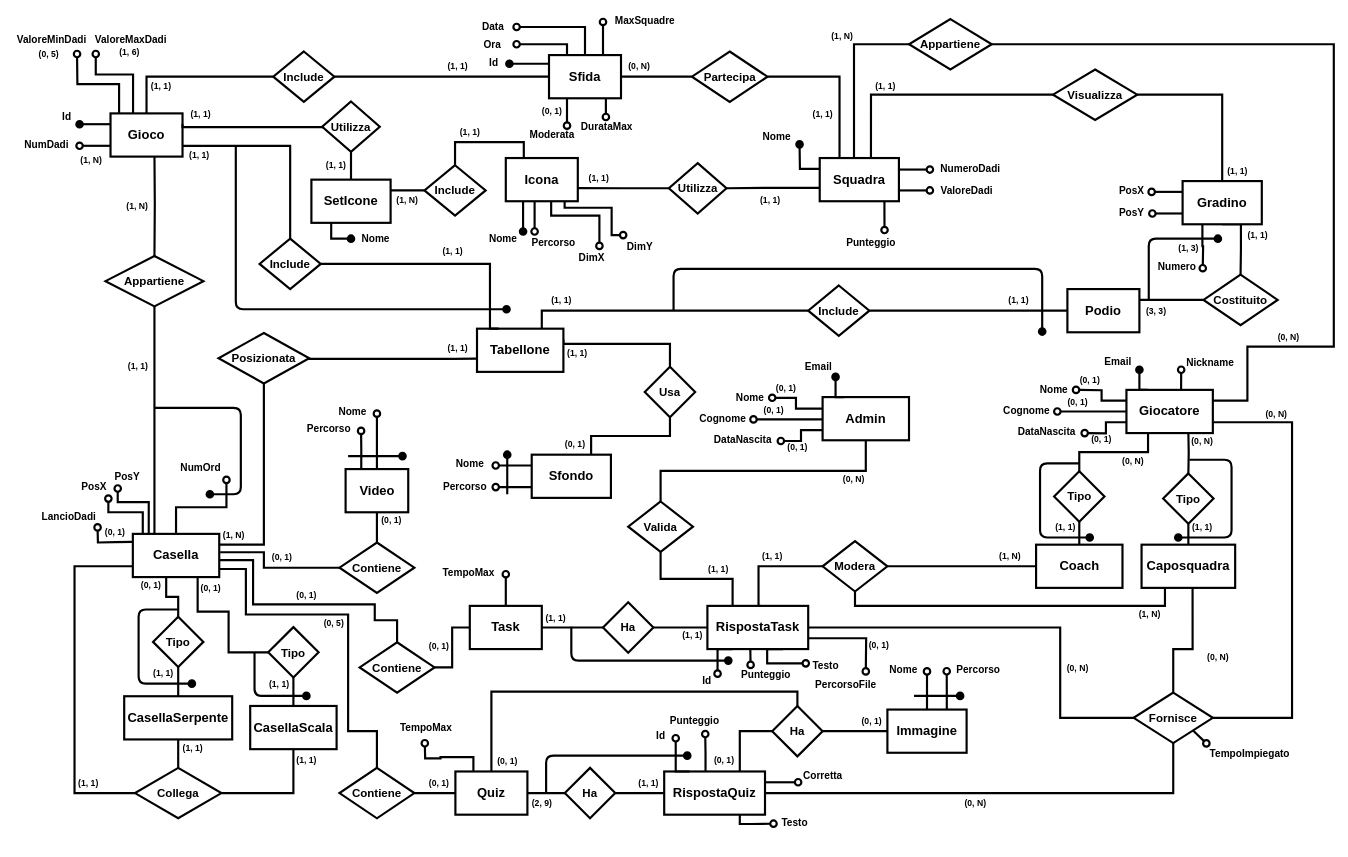
This is Progetto logico/Schema ER ristrutturato.drawio from lorenzobilli/BD-project, a draw.io file, before an edit. Source tidied: cells renumbered, new cells numbered last; positions are measured from the earlier drawing's top-left corner, leaving out a move shared by most shapes. Both pictures are drawn from the tidied source at 72%, with x=0, y=0 at pixel (12, 12).
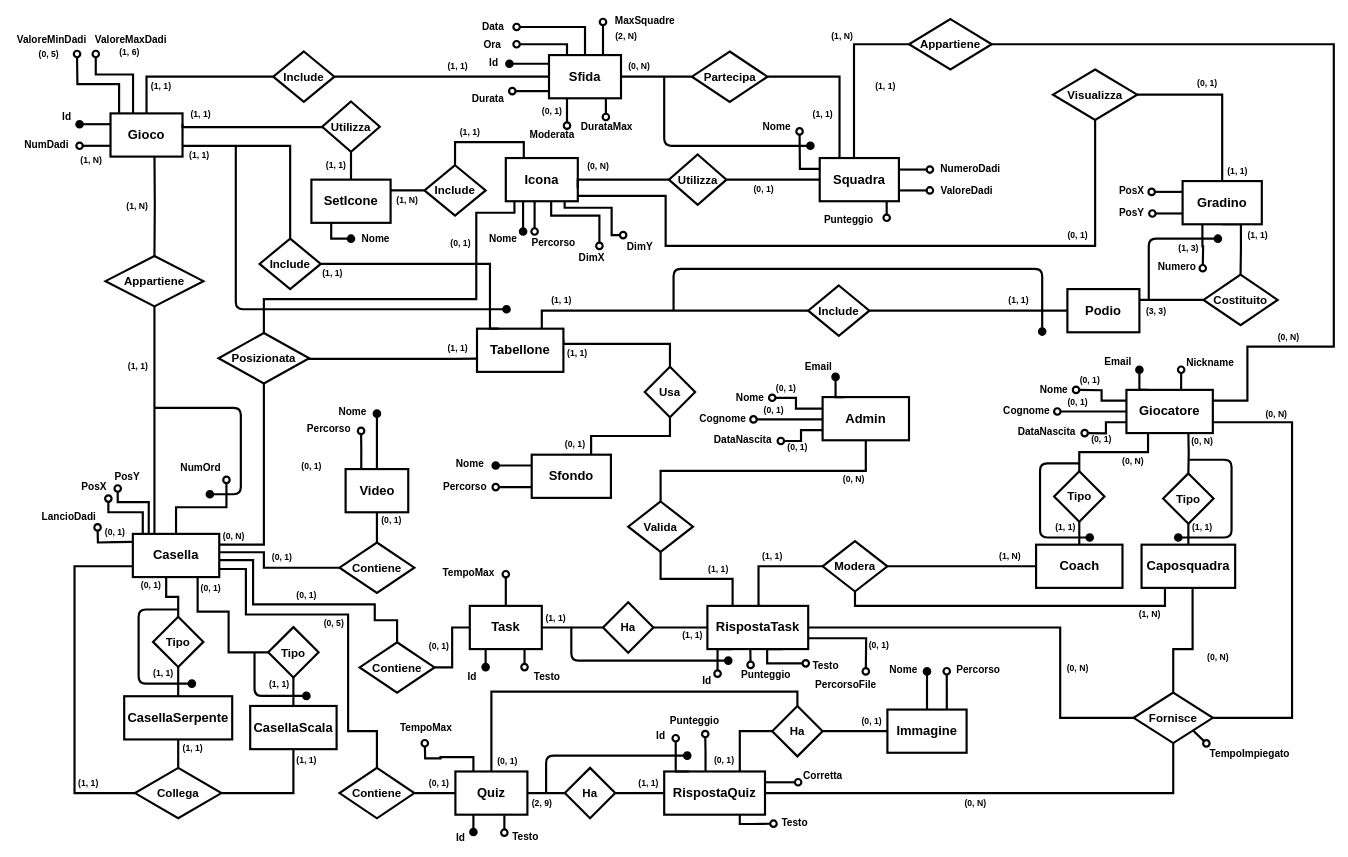
The same page after the edit.

The change refers to these unchanged cells:
```xml
<mxCell id="27" value="Squadra" style="rounded=0;whiteSpace=wrap;html=1;strokeWidth=3;fontSize=18;shadow=0;fontStyle=1;" parent="1" vertex="1">
  <mxGeometry x="1121" y="202" width="110" height="60" as="geometry" />
</mxCell>
<mxCell id="43" value="Video" style="rounded=0;whiteSpace=wrap;html=1;strokeWidth=3;fontSize=18;shadow=0;fontStyle=1;" parent="1" vertex="1">
  <mxGeometry x="462.5" y="634" width="87" height="60" as="geometry" />
</mxCell>
<mxCell id="66" value="Icona" style="rounded=0;whiteSpace=wrap;html=1;strokeWidth=3;fontSize=18;shadow=0;fontStyle=1;" parent="1" vertex="1">
  <mxGeometry x="685" y="202" width="100" height="60" as="geometry" />
</mxCell>
<mxCell id="77" value="Sfondo" style="rounded=0;whiteSpace=wrap;html=1;strokeWidth=3;fontSize=18;shadow=0;fontStyle=1;" parent="1" vertex="1">
  <mxGeometry x="721" y="614" width="110" height="60" as="geometry" />
</mxCell>
<mxCell id="85" value="Visualizza" style="rhombus;whiteSpace=wrap;html=1;strokeWidth=3;fontSize=16;shadow=0;fontStyle=1;" parent="1" vertex="1">
  <mxGeometry x="1445" y="79" width="117" height="70" as="geometry" />
</mxCell>
<mxCell id="112" value="Immagine" style="rounded=0;whiteSpace=wrap;html=1;strokeWidth=3;fontSize=18;shadow=0;fontStyle=1;" parent="1" vertex="1">
  <mxGeometry x="1215" y="968" width="110" height="60" as="geometry" />
</mxCell>
```

The edit, as a diff of the source:
```diff
@@
-    <mxCell id="24" style="edgeStyle=orthogonalEdgeStyle;rounded=0;jettySize=auto;html=1;exitX=-0.005;exitY=0.69;exitDx=0;exitDy=0;entryX=1;entryY=0.5;entryDx=0;entryDy=0;startArrow=none;startFill=0;endArrow=none;endFill=0;fillColor=none;strokeWidth=3;shadow=0;fontStyle=1;exitPerimeter=0;" parent="1" edge="1" source="27" target="71">
+    <mxCell id="24" style="edgeStyle=orthogonalEdgeStyle;rounded=0;jettySize=auto;html=1;entryX=1;entryY=0.5;entryDx=0;entryDy=0;startArrow=none;startFill=0;endArrow=none;endFill=0;fillColor=none;strokeWidth=3;shadow=0;fontStyle=1;" parent="1" edge="1" target="71">
       <mxGeometry relative="1" as="geometry">
+        <mxPoint x="1121" y="232" as="sourcePoint" />
         <Array as="points">
-          <mxPoint x="1056" y="243" />
+          <mxPoint x="1121" y="232" />
         </Array>
       </mxGeometry>
     </mxCell>
     <mxCell id="25" style="rounded=0;jettySize=auto;html=1;exitX=0.817;exitY=0.991;exitDx=0;exitDy=0;endArrow=oval;endFill=0;edgeStyle=orthogonalEdgeStyle;strokeWidth=3;shadow=0;endSize=9;fontStyle=1;exitPerimeter=0;" parent="1" edge="1" source="27">
       <mxGeometry relative="1" as="geometry">
-        <mxPoint x="1211" y="302" as="targetPoint" />
+        <mxPoint x="1214" y="285" as="targetPoint" />
       </mxGeometry>
     </mxCell>
-    <mxCell id="26" style="edgeStyle=orthogonalEdgeStyle;rounded=0;jettySize=auto;html=1;exitX=0;exitY=0.25;exitDx=0;exitDy=0;startArrow=none;startFill=0;endArrow=oval;endFill=1;strokeWidth=3;endSize=9;" parent="1" edge="1" source="27">
+    <mxCell id="26" style="edgeStyle=orthogonalEdgeStyle;rounded=0;jettySize=auto;html=1;exitX=0;exitY=0.25;exitDx=0;exitDy=0;startArrow=none;startFill=0;endArrow=oval;endFill=0;strokeWidth=3;endSize=9;" parent="1" edge="1" source="27">
       <mxGeometry relative="1" as="geometry">
-        <mxPoint x="1093" y="183" as="targetPoint" />
+        <mxPoint x="1093" y="165" as="targetPoint" />
       </mxGeometry>
     </mxCell>
@@
-    <mxCell id="42" style="edgeStyle=orthogonalEdgeStyle;rounded=0;jettySize=auto;html=1;exitX=0.5;exitY=0;exitDx=0;exitDy=0;fontSize=14;startArrow=none;startFill=0;endArrow=oval;endFill=0;startSize=9;endSize=9;strokeWidth=3;" parent="1" edge="1" source="43">
+    <mxCell id="42" style="edgeStyle=orthogonalEdgeStyle;rounded=0;jettySize=auto;html=1;exitX=0.5;exitY=0;exitDx=0;exitDy=0;fontSize=14;startArrow=none;startFill=0;endArrow=oval;endFill=1;startSize=9;endSize=9;strokeWidth=3;" parent="1" edge="1" source="43">
       <mxGeometry relative="1" as="geometry">
         <mxPoint x="506" y="557" as="targetPoint" />
       </mxGeometry>
     </mxCell>
@@
     <mxCell id="70" style="edgeStyle=orthogonalEdgeStyle;rounded=0;jettySize=auto;html=1;exitX=0;exitY=0.5;exitDx=0;exitDy=0;entryX=0.999;entryY=0.698;entryDx=0;entryDy=0;startArrow=none;startFill=0;endArrow=none;endFill=0;fillColor=none;strokeWidth=3;shadow=0;fontStyle=1;entryPerimeter=0;" parent="1" edge="1" source="71" target="66">
-      <mxGeometry relative="1" as="geometry" />
+      <mxGeometry relative="1" as="geometry">
+        <Array as="points">
+          <mxPoint x="785" y="232" />
+        </Array>
+      </mxGeometry>
     </mxCell>
     <mxCell id="71" value="Utilizza" style="rhombus;whiteSpace=wrap;html=1;strokeWidth=3;fontSize=16;shadow=0;fontStyle=1;" parent="1" vertex="1">
-      <mxGeometry x="911.5" y="209" width="80" height="70" as="geometry" />
+      <mxGeometry x="911.5" y="197" width="80" height="70" as="geometry" />
     </mxCell>
@@
-    <mxCell id="75" style="edgeStyle=orthogonalEdgeStyle;rounded=0;jettySize=auto;html=1;exitX=0;exitY=0.25;exitDx=0;exitDy=0;fontSize=10;endArrow=oval;endFill=0;strokeWidth=3;shadow=0;jumpSize=6;endSize=9;fontStyle=1;" parent="1" edge="1" source="77">
+    <mxCell id="75" style="edgeStyle=orthogonalEdgeStyle;rounded=0;jettySize=auto;html=1;exitX=0;exitY=0.25;exitDx=0;exitDy=0;fontSize=10;endArrow=oval;endFill=1;strokeWidth=3;shadow=0;jumpSize=6;endSize=9;fontStyle=1;" parent="1" edge="1" source="77">
       <mxGeometry relative="1" as="geometry">
         <mxPoint x="671" y="629" as="targetPoint" />
       </mxGeometry>
     </mxCell>
@@
-    <mxCell id="84" style="edgeStyle=orthogonalEdgeStyle;rounded=0;jettySize=auto;html=1;exitX=0;exitY=0.5;exitDx=0;exitDy=0;entryX=0.647;entryY=0.004;entryDx=0;entryDy=0;entryPerimeter=0;startArrow=none;startFill=0;endArrow=none;endFill=0;fillColor=none;strokeWidth=3;shadow=0;fontStyle=1;" parent="1" edge="1" source="85" target="27">
-      <mxGeometry relative="1" as="geometry" />
-    </mxCell>
+    <mxCell id="299" style="edgeStyle=orthogonalEdgeStyle;rounded=0;jettySize=auto;html=1;exitX=0.5;exitY=1;exitDx=0;exitDy=0;entryX=0.995;entryY=0.875;entryDx=0;entryDy=0;entryPerimeter=0;endArrow=none;endFill=0;strokeWidth=3;" parent="1" edge="1" source="85" target="66">
+      <mxGeometry relative="1" as="geometry">
+        <Array as="points">
+          <mxPoint x="1504" y="324" />
+          <mxPoint x="907" y="324" />
+          <mxPoint x="907" y="255" />
+        </Array>
+      </mxGeometry>
+    </mxCell>
@@
-    <mxCell id="110" style="edgeStyle=orthogonalEdgeStyle;rounded=0;jettySize=auto;html=1;exitX=0.5;exitY=0;exitDx=0;exitDy=0;fontSize=14;startArrow=none;startFill=0;endArrow=oval;endFill=0;startSize=9;endSize=9;strokeWidth=3;" parent="1" edge="1" source="112">
+    <mxCell id="110" style="edgeStyle=orthogonalEdgeStyle;rounded=0;jettySize=auto;html=1;exitX=0.5;exitY=0;exitDx=0;exitDy=0;fontSize=14;startArrow=none;startFill=0;endArrow=oval;endFill=1;startSize=9;endSize=9;strokeWidth=3;" parent="1" edge="1" source="112">
       <mxGeometry relative="1" as="geometry">
         <mxPoint x="1270" y="915" as="targetPoint" />
       </mxGeometry>
     </mxCell>
@@
     <mxCell id="133" value="Punteggio" style="text;html=1;align=center;verticalAlign=middle;strokeColor=none;strokeWidth=3;shadow=0;fontStyle=1;fontSize=14;" parent="1" vertex="1">
-      <mxGeometry x="1152" y="308" width="79" height="21" as="geometry" />
+      <mxGeometry x="1121" y="277" width="79" height="21" as="geometry" />
     </mxCell>
@@
-    <mxCell id="140" style="endArrow=oval;html=1;fontSize=10;endFill=1;strokeWidth=3;shadow=0;endSize=9;fontStyle=1;" parent="1" edge="1">
-      <mxGeometry relative="1" as="geometry">
-        <mxPoint x="687" y="669" as="sourcePoint" />
-        <mxPoint x="687" y="614" as="targetPoint" />
-      </mxGeometry>
-    </mxCell>
@@
     <mxCell id="148" value="&lt;span style=&quot;font-size: 14px;&quot;&gt;Nome&lt;/span&gt;" style="text;html=1;align=center;verticalAlign=middle;strokeColor=none;fillColor=none;fontSize=14;fontStyle=1;" parent="1" vertex="1">
-      <mxGeometry x="1036" y="162" width="49" height="21" as="geometry" />
+      <mxGeometry x="1036" y="148" width="49" height="21" as="geometry" />
     </mxCell>
@@
-    <mxCell id="156" style="endArrow=oval;html=1;fontSize=14;startSize=9;endSize=9;strokeWidth=3;endFill=1;" parent="1" edge="1">
-      <mxGeometry relative="1" as="geometry">
-        <mxPoint x="466" y="616" as="sourcePoint" />
-        <mxPoint x="541.5" y="616" as="targetPoint" />
-      </mxGeometry>
-    </mxCell>
-    <mxCell id="157" style="endArrow=oval;html=1;fontSize=14;startSize=9;endSize=9;strokeWidth=3;endFill=1;" parent="1" edge="1">
-      <mxGeometry relative="1" as="geometry">
-        <mxPoint x="1252" y="949" as="sourcePoint" />
-        <mxPoint x="1316" y="949" as="targetPoint" />
-      </mxGeometry>
-    </mxCell>
@@
-    <mxCell id="175" value="&lt;font style=&quot;font-size: 12px&quot;&gt;&lt;b&gt;(1, N)&lt;/b&gt;&lt;/font&gt;" style="text;html=1;align=center;verticalAlign=middle;strokeColor=none;fillColor=none;fontSize=14;" parent="1" vertex="1">
-      <mxGeometry x="287" y="714" width="40" height="22" as="geometry" />
+    <mxCell id="175" value="&lt;font style=&quot;font-size: 12px&quot;&gt;&lt;b&gt;(0, N)&lt;/b&gt;&lt;/font&gt;" style="text;html=1;align=center;verticalAlign=middle;strokeColor=none;fillColor=none;fontSize=14;" parent="1" vertex="1">
+      <mxGeometry x="287" y="716" width="40" height="22" as="geometry" />
     </mxCell>
@@
-    <mxCell id="214" value="&lt;font style=&quot;font-size: 12px&quot;&gt;&lt;b&gt;(1, 1)&lt;/b&gt;&lt;/font&gt;" style="text;html=1;align=center;verticalAlign=middle;strokeColor=none;fillColor=none;fontSize=14;" parent="1" vertex="1">
-      <mxGeometry x="795" y="218" width="38" height="22" as="geometry" />
+    <mxCell id="214" value="&lt;font style=&quot;font-size: 12px&quot;&gt;&lt;b&gt;(0, N)&lt;/b&gt;&lt;/font&gt;" style="text;html=1;align=center;verticalAlign=middle;strokeColor=none;fillColor=none;fontSize=14;" parent="1" vertex="1">
+      <mxGeometry x="793" y="202" width="40" height="22" as="geometry" />
     </mxCell>
-    <mxCell id="215" value="&lt;font style=&quot;font-size: 12px&quot;&gt;&lt;b&gt;(1, 1)&lt;/b&gt;&lt;/font&gt;" style="text;html=1;align=center;verticalAlign=middle;strokeColor=none;fillColor=none;fontSize=14;" parent="1" vertex="1">
-      <mxGeometry x="1033" y="249" width="38" height="22" as="geometry" />
+    <mxCell id="215" value="&lt;font style=&quot;font-size: 12px&quot;&gt;&lt;b&gt;(0, 1)&lt;/b&gt;&lt;/font&gt;" style="text;html=1;align=center;verticalAlign=middle;strokeColor=none;fillColor=none;fontSize=14;" parent="1" vertex="1">
+      <mxGeometry x="1024" y="234" width="38" height="22" as="geometry" />
     </mxCell>
@@
     <mxCell id="267" value="&lt;font style=&quot;font-size: 12px&quot;&gt;&lt;b&gt;(1, 1)&lt;/b&gt;&lt;/font&gt;" style="text;html=1;align=center;verticalAlign=middle;strokeColor=none;fillColor=none;fontSize=14;" parent="1" vertex="1">
-      <mxGeometry x="592" y="320" width="38" height="22" as="geometry" />
+      <mxGeometry x="424.5" y="350" width="38" height="22" as="geometry" />
     </mxCell>
@@
+    <mxCell id="300" value="&lt;font style=&quot;font-size: 12px&quot;&gt;&lt;b&gt;(2, N)&lt;/b&gt;&lt;/font&gt;" style="text;html=1;align=center;verticalAlign=middle;strokeColor=none;fillColor=none;fontSize=14;" parent="1" vertex="1">
+      <mxGeometry x="832" y="21" width="40" height="22" as="geometry" />
+    </mxCell>
+    <mxCell id="301" style="edgeStyle=orthogonalEdgeStyle;rounded=0;orthogonalLoop=1;jettySize=auto;html=1;exitX=0;exitY=0.25;exitDx=0;exitDy=0;fontSize=10;endArrow=oval;endFill=0;strokeWidth=3;shadow=0;jumpSize=6;endSize=9;fontStyle=1;" parent="1" edge="1">
+      <mxGeometry relative="1" as="geometry">
+        <mxPoint x="744" y="109" as="sourcePoint" />
+        <mxPoint x="694" y="109" as="targetPoint" />
+      </mxGeometry>
+    </mxCell>
+    <mxCell id="302" value="Durata" style="text;html=1;align=center;verticalAlign=middle;strokeColor=none;fontSize=14;strokeWidth=3;shadow=0;fontStyle=1;" parent="1" vertex="1">
+      <mxGeometry x="632.5" y="109" width="55" height="21" as="geometry" />
+    </mxCell>
+    <mxCell id="303" value="&lt;font style=&quot;font-size: 12px&quot;&gt;&lt;b&gt;(0, 1)&lt;/b&gt;&lt;/font&gt;" style="text;html=1;align=center;verticalAlign=middle;strokeColor=none;fillColor=none;fontSize=14;" parent="1" vertex="1">
+      <mxGeometry x="1460" y="298" width="38" height="22" as="geometry" />
+    </mxCell>
+    <mxCell id="304" value="&lt;font style=&quot;font-size: 12px&quot;&gt;&lt;b&gt;(0, 1)&lt;/b&gt;&lt;/font&gt;" style="text;html=1;align=center;verticalAlign=middle;strokeColor=none;fillColor=none;fontSize=14;" parent="1" vertex="1">
+      <mxGeometry x="1640" y="87" width="38" height="22" as="geometry" />
+    </mxCell>
+    <mxCell id="305" style="endArrow=oval;html=1;fontSize=14;startSize=9;endSize=9;strokeWidth=3;edgeStyle=orthogonalEdgeStyle;endFill=1;" parent="1" edge="1">
+      <mxGeometry relative="1" as="geometry">
+        <mxPoint x="905" y="89" as="sourcePoint" />
+        <mxPoint x="1108" y="185" as="targetPoint" />
+        <Array as="points">
+          <mxPoint x="905" y="185" />
+          <mxPoint x="1108" y="185" />
+        </Array>
+      </mxGeometry>
+    </mxCell>
+    <mxCell id="306" style="edgeStyle=orthogonalEdgeStyle;rounded=0;orthogonalLoop=1;jettySize=auto;html=1;exitX=0.25;exitY=1;exitDx=0;exitDy=0;endArrow=oval;endFill=1;strokeWidth=3;endSize=9;" parent="1" edge="1">
+      <mxGeometry relative="1" as="geometry">
+        <mxPoint x="640" y="1114" as="sourcePoint" />
+        <mxPoint x="640" y="1138" as="targetPoint" />
+      </mxGeometry>
+    </mxCell>
+    <mxCell id="307" style="edgeStyle=orthogonalEdgeStyle;rounded=0;orthogonalLoop=1;jettySize=auto;html=1;exitX=0.25;exitY=1;exitDx=0;exitDy=0;endArrow=oval;endFill=0;strokeWidth=3;endSize=9;" parent="1" edge="1">
+      <mxGeometry relative="1" as="geometry">
+        <mxPoint x="683" y="1115" as="sourcePoint" />
+        <mxPoint x="683" y="1139" as="targetPoint" />
+      </mxGeometry>
+    </mxCell>
+    <mxCell id="308" value="Id" style="text;html=1;align=center;verticalAlign=middle;strokeColor=none;fontSize=14;strokeWidth=3;shadow=0;fontStyle=1;" parent="1" vertex="1">
+      <mxGeometry x="610" y="1135" width="23" height="21" as="geometry" />
+    </mxCell>
+    <mxCell id="309" value="&lt;b&gt;Testo&lt;/b&gt;" style="text;html=1;align=center;verticalAlign=middle;strokeColor=none;fillColor=none;fontSize=14;" parent="1" vertex="1">
+      <mxGeometry x="688" y="1133" width="47" height="21" as="geometry" />
+    </mxCell>
+    <mxCell id="310" style="edgeStyle=orthogonalEdgeStyle;rounded=0;orthogonalLoop=1;jettySize=auto;html=1;exitX=0.25;exitY=1;exitDx=0;exitDy=0;endArrow=oval;endFill=1;strokeWidth=3;endSize=9;" parent="1" edge="1">
+      <mxGeometry relative="1" as="geometry">
+        <mxPoint x="657" y="885" as="sourcePoint" />
+        <mxPoint x="657" y="909" as="targetPoint" />
+      </mxGeometry>
+    </mxCell>
+    <mxCell id="311" style="edgeStyle=orthogonalEdgeStyle;rounded=0;orthogonalLoop=1;jettySize=auto;html=1;exitX=0.25;exitY=1;exitDx=0;exitDy=0;endArrow=oval;endFill=0;strokeWidth=3;endSize=9;" parent="1" edge="1">
+      <mxGeometry relative="1" as="geometry">
+        <mxPoint x="711" y="885" as="sourcePoint" />
+        <mxPoint x="711" y="909" as="targetPoint" />
+      </mxGeometry>
+    </mxCell>
+    <mxCell id="312" value="Id" style="text;html=1;align=center;verticalAlign=middle;strokeColor=none;fontSize=14;strokeWidth=3;shadow=0;fontStyle=1;" parent="1" vertex="1">
+      <mxGeometry x="626" y="911" width="23" height="21" as="geometry" />
+    </mxCell>
+    <mxCell id="313" value="&lt;b&gt;Testo&lt;/b&gt;" style="text;html=1;align=center;verticalAlign=middle;strokeColor=none;fillColor=none;fontSize=14;" parent="1" vertex="1">
+      <mxGeometry x="718" y="911" width="47" height="21" as="geometry" />
+    </mxCell>
+    <mxCell id="314" style="edgeStyle=orthogonalEdgeStyle;rounded=0;orthogonalLoop=1;jettySize=auto;html=1;exitX=0.5;exitY=0;exitDx=0;exitDy=0;entryX=0.12;entryY=0.983;entryDx=0;entryDy=0;strokeWidth=3;endArrow=none;endFill=0;entryPerimeter=0;" parent="1" edge="1">
+      <mxGeometry relative="1" as="geometry">
+        <mxPoint x="349" y="445" as="sourcePoint" />
+        <mxPoint x="697" y="261" as="targetPoint" />
+        <Array as="points">
+          <mxPoint x="349" y="398" />
+          <mxPoint x="644" y="398" />
+          <mxPoint x="644" y="278" />
+          <mxPoint x="697" y="278" />
+        </Array>
+      </mxGeometry>
+    </mxCell>
+    <mxCell id="315" value="&lt;font style=&quot;font-size: 12px&quot;&gt;&lt;b&gt;(0, 1)&lt;/b&gt;&lt;/font&gt;" style="text;html=1;align=center;verticalAlign=middle;strokeColor=none;fillColor=none;fontSize=14;" parent="1" vertex="1">
+      <mxGeometry x="602.5" y="308" width="38" height="22" as="geometry" />
+    </mxCell>
+    <mxCell id="316" value="&lt;font style=&quot;font-size: 12px&quot;&gt;&lt;b&gt;(0, 1)&lt;/b&gt;&lt;/font&gt;" style="text;html=1;align=center;verticalAlign=middle;strokeColor=none;fillColor=none;fontSize=14;" parent="1" vertex="1">
+      <mxGeometry x="396" y="618" width="38" height="22" as="geometry" />
+    </mxCell>
```
